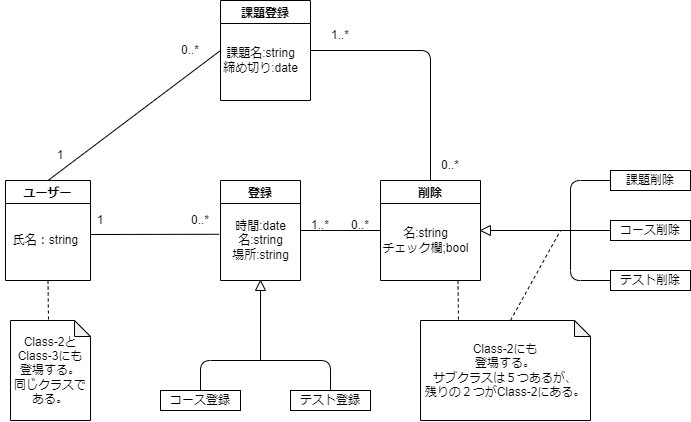
Earlier version of the draw.io export Class-1.drawio.png (Hu-Hanxu/First-App-Self-Management-). Source tidied: cells renumbered, new cells last; positions are measured from the earlier drawing's top-left corner, leaving out a move shared by most shapes.
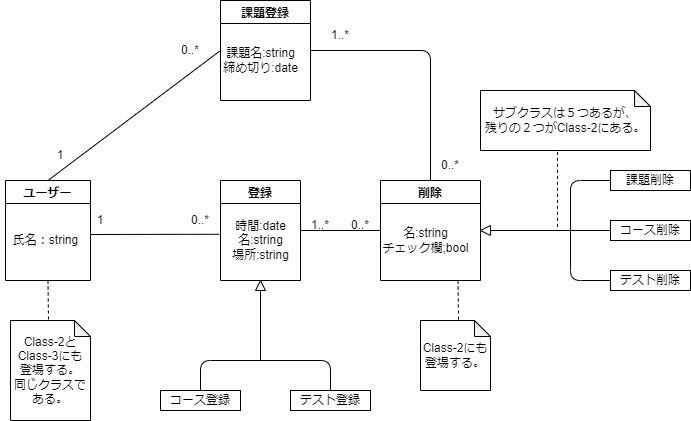
Later version of the same file.

The edit, as a diff of the source:
```diff
@@ -130,14 +130,16 @@
         <mxPoint x="458" y="320" as="targetPoint" />
       </mxGeometry>
     </mxCell>
-    <mxCell id="36" value="Class-2にも&lt;br&gt;登場する。&lt;br&gt;サブクラスは５つあるが、&lt;br&gt;残りの２つがClass-2にある。" style="shape=note;whiteSpace=wrap;html=1;backgroundOutline=1;darkOpacity=0.05;size=16;" parent="1" vertex="1">
-      <mxGeometry x="420" y="320" width="170" height="100" as="geometry" />
+    <mxCell id="36" value="Class-2にも&lt;br&gt;登場する。" style="shape=note;whiteSpace=wrap;html=1;backgroundOutline=1;darkOpacity=0.05;size=16;" parent="1" vertex="1">
+      <mxGeometry x="420" y="320" width="70" height="70" as="geometry" />
     </mxCell>
-    <mxCell id="37" style="endArrow=none;dashed=1;html=1;" parent="1" edge="1">
+    <mxCell id="37" style="endArrow=none;dashed=1;html=1;exitX=0.453;exitY=1.022;exitDx=0;exitDy=0;exitPerimeter=0;" parent="1" edge="1" source="38">
       <mxGeometry relative="1" as="geometry">
-        <mxPoint x="510" y="320" as="sourcePoint" />
-        <mxPoint x="560" y="230" as="targetPoint" />
+        <mxPoint x="557" y="230" as="targetPoint" />
       </mxGeometry>
     </mxCell>
+    <mxCell id="38" value="サブクラスは５つあるが、&lt;br&gt;残りの２つがClass-2にある。" style="shape=note;whiteSpace=wrap;html=1;backgroundOutline=1;darkOpacity=0.05;size=16;" parent="1" vertex="1">
+      <mxGeometry x="480" y="90" width="170" height="60" as="geometry" />
+    </mxCell>
   </root>
 </mxGraphModel>
```
